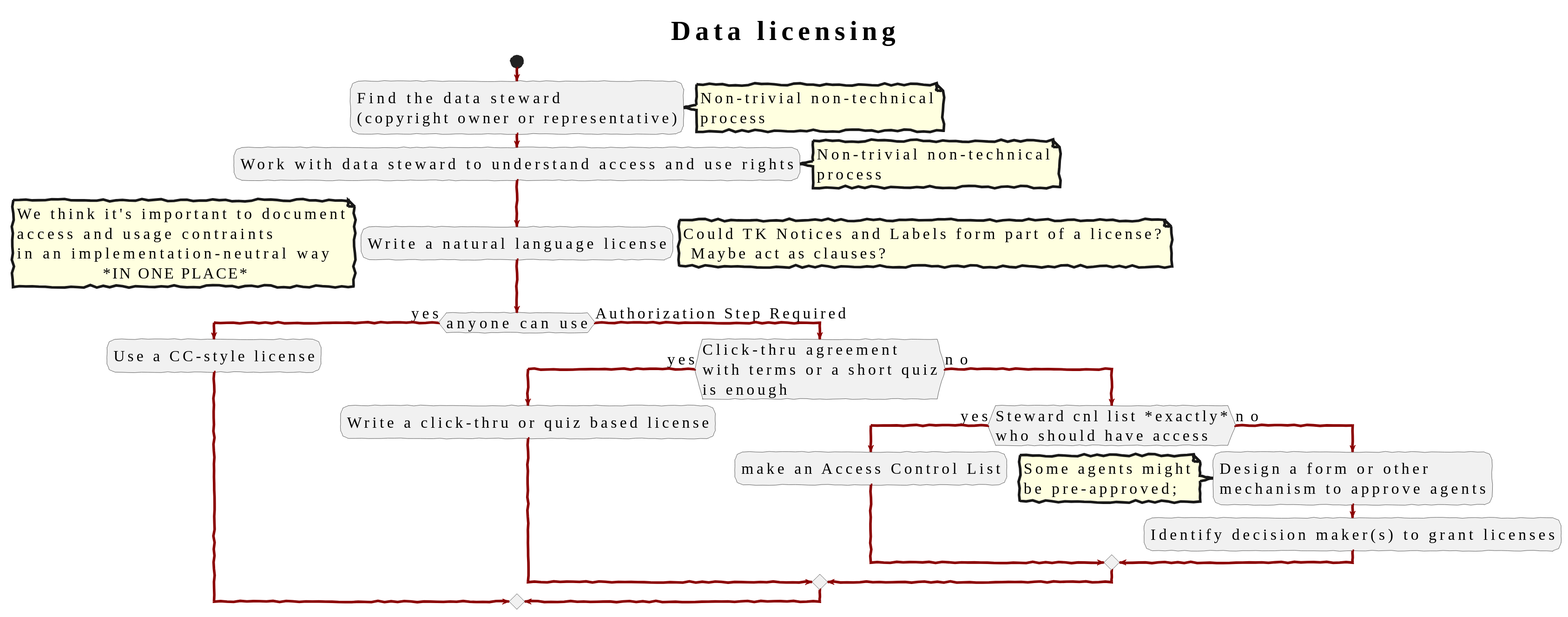
Language-Research-Technology/plantuml-diagrams keeps this PlantUML diagram as ldaca/data-licensing.svg. Above is the earlier version. The source it was exported from:
```plantuml
@startuml
!include_many ../data-management-style.txt

title: Data licensing
start

:Find the data steward\n(copyright owner or representative);
note right: Non-trivial non-technical\nprocess
:Work with data steward to understand access and use rights;
note right: Non-trivial non-technical\nprocess

:Write a natural language license;
note right: Could TK Notices and Labels form part of a license?\n Maybe act as clauses?
note left: We think it's important to document\naccess and usage contraints\nin an implementation-neutral way\n           *IN ONE PLACE*
if (anyone can use) then (yes)
  :Use a CC-style license;

else (Authorization Step Required)
  if (Click-thru agreement\nwith terms or a short quiz\nis enough) then (yes)
    :Write a click-thru or quiz based license;
  else (no)
    if (Steward cnl list *exactly*\nwho should have access) then (yes)
      :make an Access Control List;

    else (no)

      :Design a form or other\nmechanism to approve agents;
      note left: Some agents might\nbe pre-approved;
      :Identify decision maker(s) to grant licenses;


    endif
  endif

endif
@enduml
```
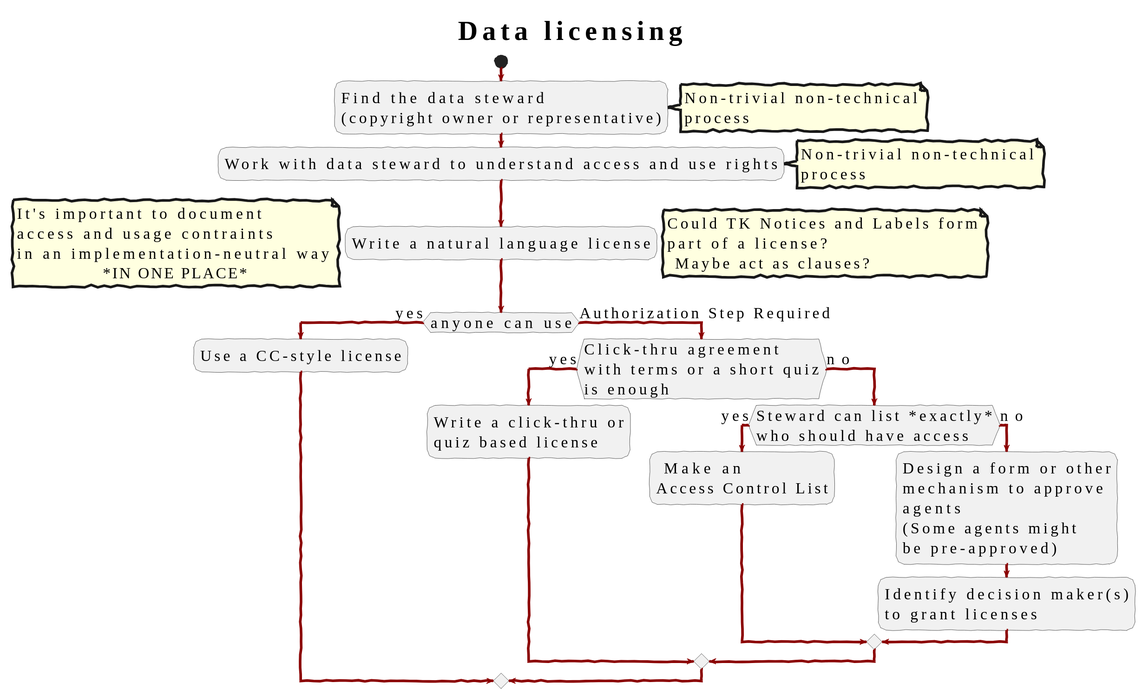
After the commit.

Commit message:
Made text bigger in license workflow

Diff of the diagram source:
```diff
@@ -10,23 +10,22 @@
 note right: Non-trivial non-technical\nprocess
 
 :Write a natural language license;
-note right: Could TK Notices and Labels form part of a license?\n Maybe act as clauses?
-note left: We think it's important to document\naccess and usage contraints\nin an implementation-neutral way\n           *IN ONE PLACE*
+note right: Could TK Notices and Labels form\npart of a license?\n Maybe act as clauses?
+note left: It's important to document\naccess and usage contraints\nin an implementation-neutral way\n           *IN ONE PLACE*
 if (anyone can use) then (yes)
   :Use a CC-style license;
 
 else (Authorization Step Required)
   if (Click-thru agreement\nwith terms or a short quiz\nis enough) then (yes)
-    :Write a click-thru or quiz based license;
+    :Write a click-thru or\nquiz based license;
   else (no)
-    if (Steward cnl list *exactly*\nwho should have access) then (yes)
-      :make an Access Control List;
+    if (Steward can list *exactly*\nwho should have access) then (yes)
+      : Make an\nAccess Control List;
 
     else (no)
 
-      :Design a form or other\nmechanism to approve agents;
-      note left: Some agents might\nbe pre-approved;
-      :Identify decision maker(s) to grant licenses;
+      :Design a form or other\nmechanism to approve\nagents\n(Some agents might\nbe pre-approved);
+      :Identify decision maker(s)\nto grant licenses;
 
 
     endif
```
